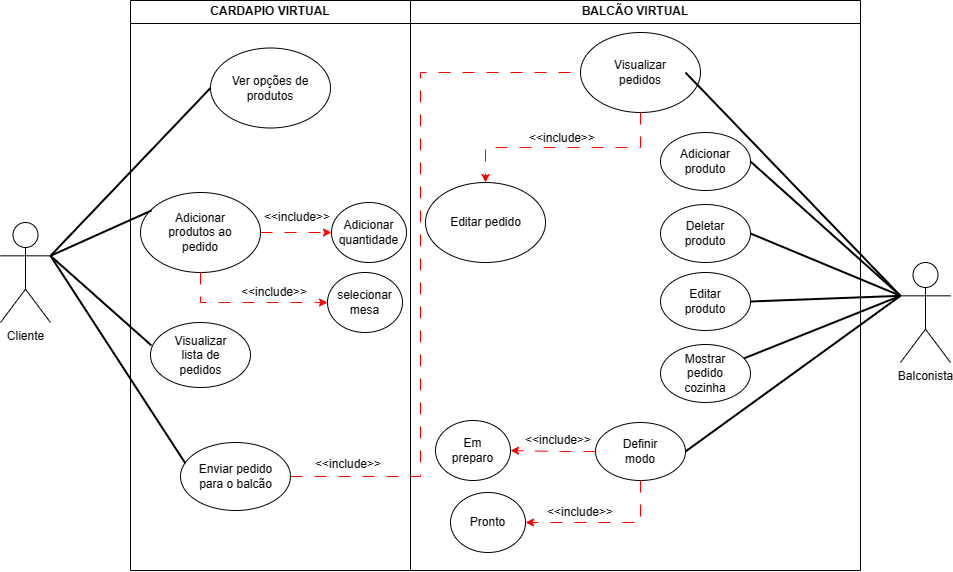
Above: docs/img/DiagramaCasoUso.png in ICEI-PUC-Minas-PMV-ADS/pmv-ads-2024-1-e2-proj-int-t7-grupo-gerenciador-de-pedidos (draw.io), before the change. Source tidied: cells renumbered, new cells last; positions are measured from the earlier drawing's top-left corner, leaving out a move shared by most shapes.
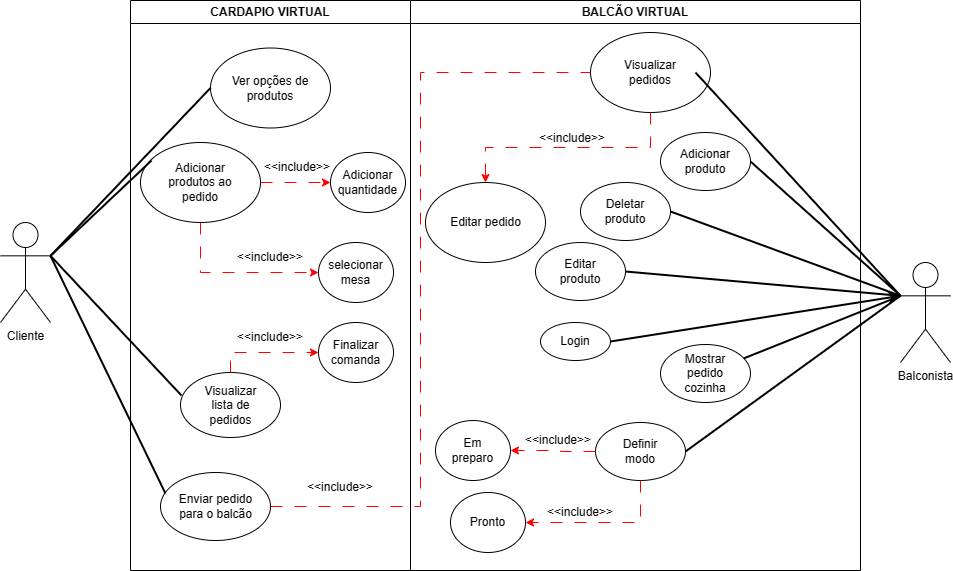
Later version of the same file.

The edit, as a diff of the source:
```diff
@@ -12,7 +12,7 @@
       <mxGeometry x="95" y="63.8" width="90" height="47.5" as="geometry" />
     </mxCell>
     <mxCell id="5" style="group;" parent="2" vertex="1">
-      <mxGeometry x="20" y="322" width="100" height="65" as="geometry" />
+      <mxGeometry x="50" y="372" width="100" height="65" as="geometry" />
     </mxCell>
     <mxCell id="6" style="ellipse;whiteSpace=wrap;html=1;" parent="5" vertex="1">
       <mxGeometry width="100" height="65" as="geometry" />
@@ -20,8 +20,8 @@
     <mxCell id="7" value="Visualizar lista de pedidos" style="text;html=1;align=center;verticalAlign=middle;whiteSpace=wrap;rounded=0;" parent="5" vertex="1">
       <mxGeometry x="12.5" y="13.2" width="75" height="38.6" as="geometry" />
     </mxCell>
-    <mxCell id="8" style="group;" parent="2" vertex="1">
-      <mxGeometry x="10" y="192" width="120" height="80" as="geometry" />
+    <mxCell id="8" style="group;strokeColor=none;" parent="2" vertex="1">
+      <mxGeometry x="10" y="142" width="120" height="80" as="geometry" />
     </mxCell>
     <mxCell id="9" style="ellipse;whiteSpace=wrap;html=1;" parent="8" vertex="1">
       <mxGeometry width="120" height="80" as="geometry" />
@@ -30,7 +30,7 @@
       <mxGeometry x="15" y="16.2" width="90" height="47.5" as="geometry" />
     </mxCell>
     <mxCell id="11" style="group;" parent="2" vertex="1">
-      <mxGeometry x="50" y="442" width="110" height="68" as="geometry" />
+      <mxGeometry x="30" y="472" width="110" height="68" as="geometry" />
     </mxCell>
     <mxCell id="12" style="ellipse;whiteSpace=wrap;html=1;" parent="11" vertex="1">
       <mxGeometry width="110" height="68" as="geometry" />
@@ -39,7 +39,7 @@
       <mxGeometry x="13.8" y="13.8" width="82.5" height="40.4" as="geometry" />
     </mxCell>
     <mxCell id="14" style="group;" parent="2" vertex="1">
-      <mxGeometry x="201" y="202" width="75" height="60" as="geometry" />
+      <mxGeometry x="200" y="152" width="75" height="60" as="geometry" />
     </mxCell>
     <mxCell id="15" style="ellipse;whiteSpace=wrap;html=1;" parent="14" vertex="1">
       <mxGeometry width="75" height="60" as="geometry" />
@@ -51,7 +51,7 @@
       <mxGeometry relative="1" as="geometry" />
     </mxCell>
     <mxCell id="18" style="group;" parent="2" vertex="1">
-      <mxGeometry x="197" y="272" width="75" height="60" as="geometry" />
+      <mxGeometry x="188" y="242" width="75" height="60" as="geometry" />
     </mxCell>
     <mxCell id="19" style="ellipse;whiteSpace=wrap;html=1;" parent="18" vertex="1">
       <mxGeometry width="75" height="60" as="geometry" />
@@ -62,26 +62,44 @@
     <mxCell id="21" style="endArrow=classic;html=1;rounded=0;strokeColor=#FF0000;exitX=0.5;exitY=1;exitDx=0;exitDy=0;entryX=0;entryY=0.5;entryDx=0;entryDy=0;dashed=1;dashPattern=12 12;" parent="2" edge="1" source="9" target="19">
       <mxGeometry relative="1" as="geometry">
         <Array as="points">
-          <mxPoint x="70" y="302" />
-          <mxPoint x="90" y="302" />
-          <mxPoint x="130" y="302" />
+          <mxPoint x="70" y="272" />
+          <mxPoint x="100" y="272" />
         </Array>
       </mxGeometry>
     </mxCell>
     <mxCell id="22" value="&amp;lt;&amp;lt;include&amp;gt;&amp;gt;" style="text;html=1;align=center;verticalAlign=middle;whiteSpace=wrap;rounded=0;" parent="2" vertex="1">
-      <mxGeometry x="114" y="277" width="60" height="30" as="geometry" />
+      <mxGeometry x="110" y="242" width="60" height="30" as="geometry" />
     </mxCell>
     <mxCell id="23" value="&amp;lt;&amp;lt;include&amp;gt;&amp;gt;" style="text;html=1;align=center;verticalAlign=middle;whiteSpace=wrap;rounded=0;" parent="2" vertex="1">
-      <mxGeometry x="137" y="202" width="60" height="30" as="geometry" />
+      <mxGeometry x="137" y="152" width="60" height="30" as="geometry" />
     </mxCell>
     <mxCell id="24" value="&amp;lt;&amp;lt;include&amp;gt;&amp;gt;" style="text;html=1;align=center;verticalAlign=middle;whiteSpace=wrap;rounded=0;" parent="2" vertex="1">
-      <mxGeometry x="188" y="449" width="60" height="30" as="geometry" />
+      <mxGeometry x="180" y="472" width="60" height="30" as="geometry" />
     </mxCell>
+    <mxCell id="72" style="group;" parent="2" vertex="1">
+      <mxGeometry x="188" y="322" width="75" height="60" as="geometry" />
+    </mxCell>
+    <mxCell id="73" style="ellipse;whiteSpace=wrap;html=1;" parent="72" vertex="1">
+      <mxGeometry width="75" height="60" as="geometry" />
+    </mxCell>
+    <mxCell id="74" value="Finalizar comanda" style="text;html=1;align=center;verticalAlign=middle;whiteSpace=wrap;rounded=0;" parent="72" vertex="1">
+      <mxGeometry x="10.9" y="13.6" width="53.1" height="32.8" as="geometry" />
+    </mxCell>
+    <mxCell id="75" value="&amp;lt;&amp;lt;include&amp;gt;&amp;gt;" style="text;html=1;align=center;verticalAlign=middle;whiteSpace=wrap;rounded=0;" parent="2" vertex="1">
+      <mxGeometry x="110" y="322" width="60" height="30" as="geometry" />
+    </mxCell>
+    <mxCell id="76" style="edgeStyle=orthogonalEdgeStyle;rounded=0;jettySize=auto;html=1;exitX=0.5;exitY=0;exitDx=0;exitDy=0;entryX=0;entryY=0.5;entryDx=0;entryDy=0;dashed=1;dashPattern=12 12;fillColor=#f8cecc;strokeColor=#ff0000;" parent="2" edge="1" source="6" target="73">
+      <mxGeometry relative="1" as="geometry">
+        <Array as="points">
+          <mxPoint x="100" y="352" />
+        </Array>
+      </mxGeometry>
+    </mxCell>
     <mxCell id="25" value="BALCÃO VIRTUAL" style="swimlane;whiteSpace=wrap;" parent="1" vertex="1">
       <mxGeometry x="410" width="450" height="570" as="geometry" />
     </mxCell>
     <mxCell id="26" style="group;" parent="25" vertex="1">
-      <mxGeometry x="170" y="32" width="120" height="80" as="geometry" />
+      <mxGeometry x="180" y="32" width="120" height="80" as="geometry" />
     </mxCell>
     <mxCell id="27" style="ellipse;whiteSpace=wrap;html=1;" parent="26" vertex="1">
       <mxGeometry width="120" height="80" as="geometry" />
@@ -167,7 +185,7 @@
       <mxGeometry x="13.1" y="13.1" width="63.8" height="31.7" as="geometry" />
     </mxCell>
     <mxCell id="53" style="group;" parent="25" vertex="1">
-      <mxGeometry x="250" y="204" width="90" height="58" as="geometry" />
+      <mxGeometry x="170" y="182" width="90" height="58" as="geometry" />
     </mxCell>
     <mxCell id="54" style="ellipse;whiteSpace=wrap;html=1;" parent="53" vertex="1">
       <mxGeometry width="90" height="58" as="geometry" />
@@ -176,7 +194,7 @@
       <mxGeometry x="13.1" y="13.1" width="63.8" height="31.7" as="geometry" />
     </mxCell>
     <mxCell id="56" style="group;" parent="25" vertex="1">
-      <mxGeometry x="250" y="272" width="90" height="58" as="geometry" />
+      <mxGeometry x="125" y="242" width="90" height="58" as="geometry" />
     </mxCell>
     <mxCell id="57" style="ellipse;whiteSpace=wrap;html=1;" parent="56" vertex="1">
       <mxGeometry width="90" height="58" as="geometry" />
@@ -184,6 +202,18 @@
     <mxCell id="58" value="Editar produto" style="text;html=1;align=center;verticalAlign=middle;whiteSpace=wrap;rounded=0;" parent="56" vertex="1">
       <mxGeometry x="13.1" y="13.1" width="63.8" height="31.7" as="geometry" />
     </mxCell>
+    <mxCell id="77" style="group;" parent="25" vertex="1">
+      <mxGeometry x="130" y="322" width="70" height="38" as="geometry" />
+    </mxCell>
+    <mxCell id="78" style="ellipse;whiteSpace=wrap;html=1;" parent="77" vertex="1">
+      <mxGeometry width="70" height="38" as="geometry" />
+    </mxCell>
+    <mxCell id="79" value="Login" style="text;html=1;align=center;verticalAlign=middle;whiteSpace=wrap;rounded=0;" parent="77" vertex="1">
+      <mxGeometry x="10.2" y="8.6" width="49.6" height="20.8" as="geometry" />
+    </mxCell>
+    <mxCell id="80" style="edgeStyle=orthogonalEdgeStyle;rounded=0;orthogonalLoop=1;jettySize=auto;html=1;exitX=0.5;exitY=1;exitDx=0;exitDy=0;" parent="77" edge="1" source="79" target="79">
+      <mxGeometry relative="1" as="geometry" />
+    </mxCell>
     <mxCell id="59" value="Cliente" style="shape=umlActor;verticalLabelPosition=bottom;verticalAlign=top;html=1;outlineConnect=0;" parent="1" vertex="1">
       <mxGeometry y="222" width="50" height="100" as="geometry" />
     </mxCell>
@@ -193,7 +223,7 @@
     <mxCell id="61" style="endArrow=none;dashed=1;html=1;rounded=0;exitX=1;exitY=0.5;exitDx=0;exitDy=0;entryX=0;entryY=0.5;entryDx=0;entryDy=0;dashPattern=12 12;strokeColor=#FF0000;" parent="1" edge="1" source="12" target="27">
       <mxGeometry relative="1" as="geometry">
         <Array as="points">
-          <mxPoint x="420" y="476" />
+          <mxPoint x="420" y="506" />
           <mxPoint x="420" y="272" />
           <mxPoint x="420" y="72" />
         </Array>
@@ -229,5 +259,8 @@
     <mxCell id="71" style="endArrow=none;html=1;rounded=0;strokeWidth=2;exitX=0;exitY=0.3333333333333333;exitDx=0;exitDy=0;exitPerimeter=0;entryX=1;entryY=0.5;entryDx=0;entryDy=0;" parent="1" edge="1" source="60" target="57">
       <mxGeometry relative="1" as="geometry" />
     </mxCell>
+    <mxCell id="81" style="rounded=0;jettySize=auto;html=1;exitX=1;exitY=0.5;exitDx=0;exitDy=0;entryX=0;entryY=0.3333333333333333;entryDx=0;entryDy=0;entryPerimeter=0;strokeWidth=2;" parent="1" edge="1" source="78" target="60">
+      <mxGeometry relative="1" as="geometry" />
+    </mxCell>
   </root>
 </mxGraphModel>
```
